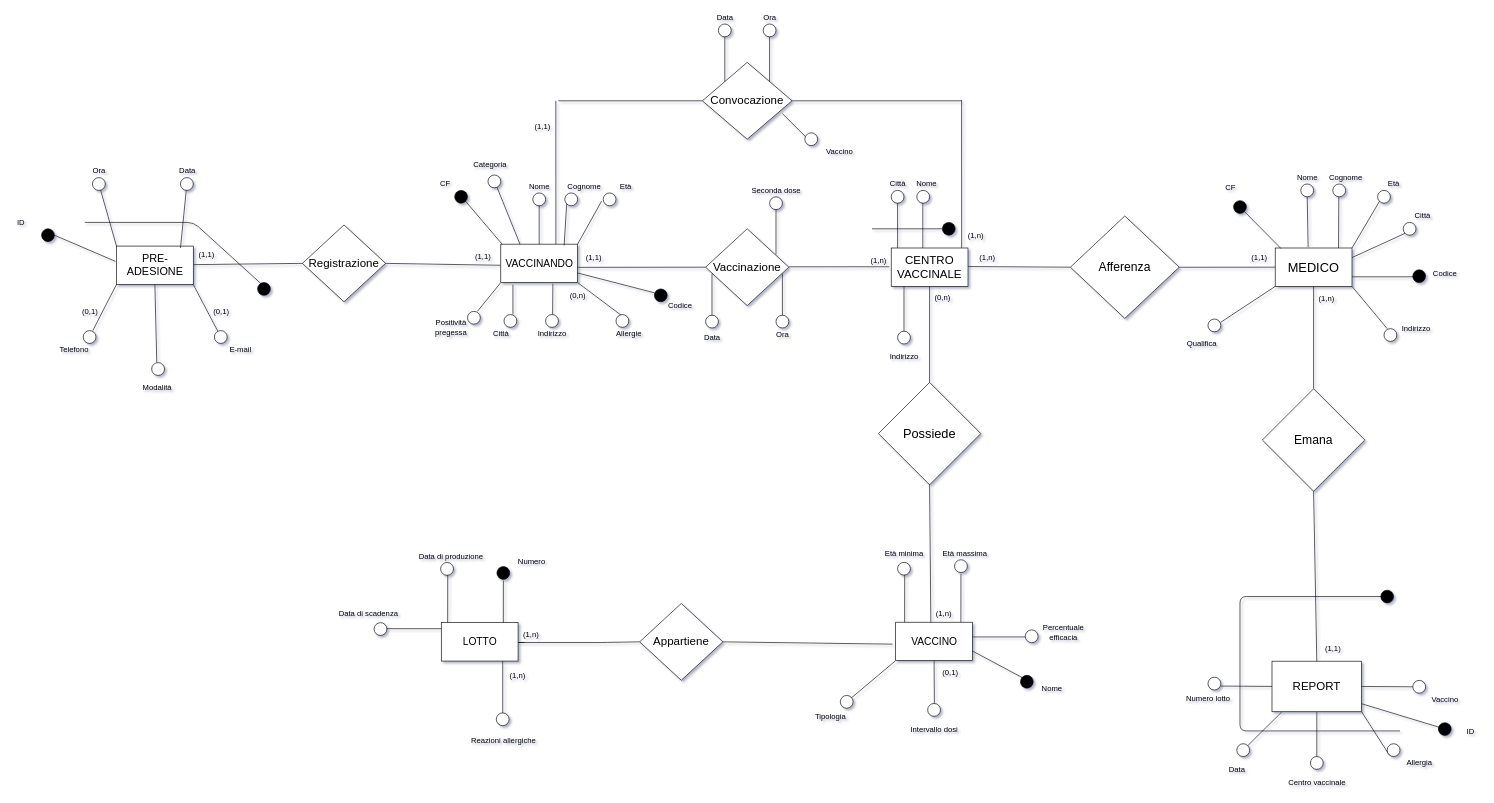
shaggyishere/VaccineDatabase keeps this draw.io diagram as bd/Schema E/ERsenzagen.drawio. Above is the earlier version. Source tidied: cells renumbered, new cells numbered last; positions are measured from the earlier drawing's top-left corner, leaving out a move shared by most shapes. Both pictures are drawn from the tidied source at 64%, with x=0, y=0 at pixel (11, 11).
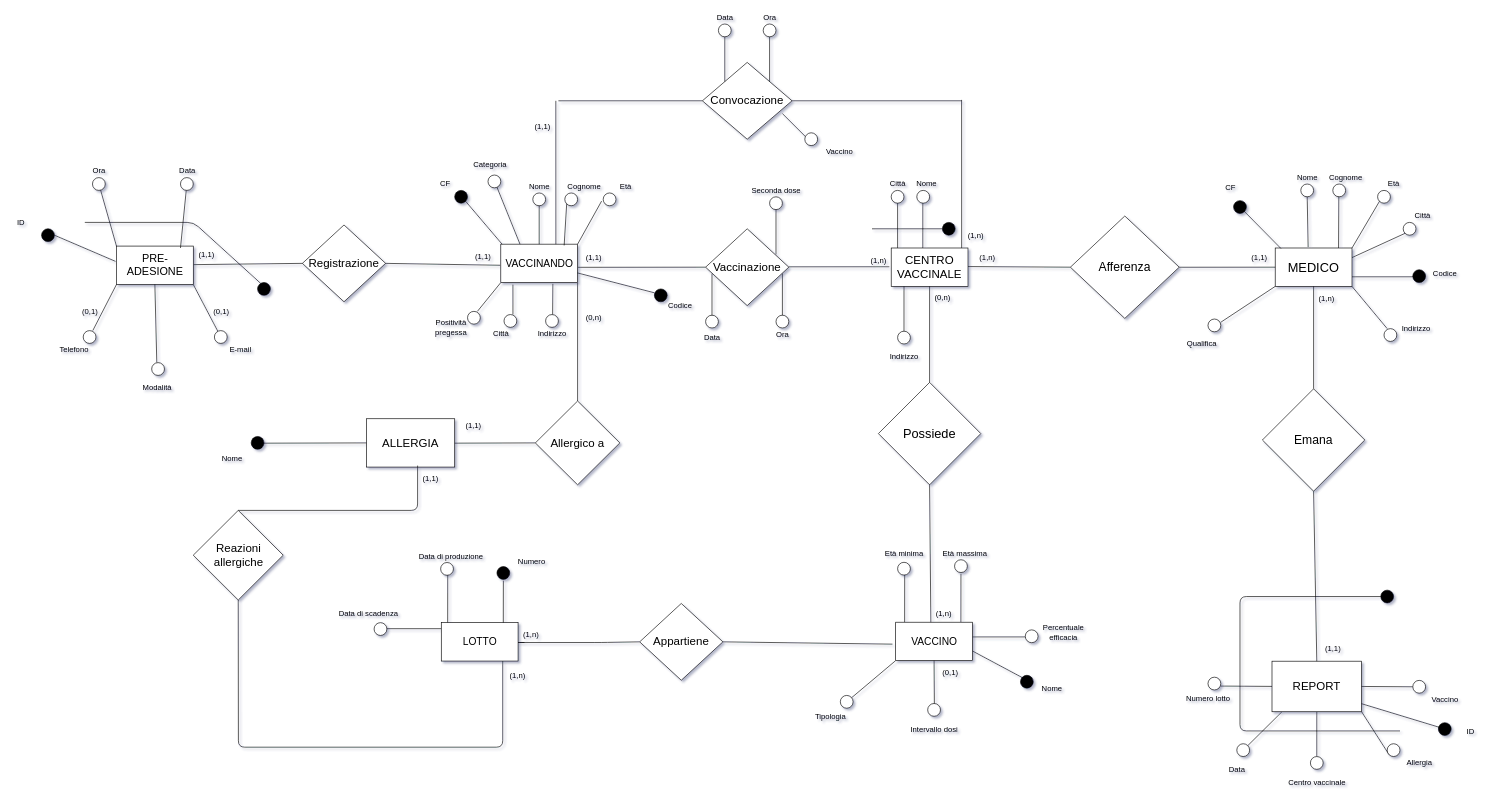
The same page after the edit.

Commit message:
Eliminato gli attributi multivalore (fusi nella nuova entità ALLERGIA)

Unchanged cells that the change refers to:
```xml
<mxCell id="112" style="rounded=0;whiteSpace=wrap;html=1;" parent="1" vertex="1">
  <mxGeometry x="765" y="364" width="120" height="60" as="geometry" />
</mxCell>
```

Change to the diagram source:
```diff
@@
-    <mxCell id="48" style="endArrow=none;html=1;" parent="1" edge="1">
+    <mxCell id="48" style="endArrow=none;html=1;entryX=0.5;entryY=1;entryDx=0;entryDy=0;" parent="1" edge="1" target="56">
       <mxGeometry relative="1" as="geometry">
         <mxPoint x="768" y="1015.4" as="sourcePoint" />
-        <mxPoint x="768" y="1098.4" as="targetPoint" />
+        <Array as="points">
+          <mxPoint x="768" y="1150" />
+          <mxPoint x="355" y="1150" />
+        </Array>
       </mxGeometry>
     </mxCell>
@@
-    <mxCell id="55" style="ellipse;whiteSpace=wrap;html=1;strokeWidth=1;" parent="1" vertex="1">
-      <mxGeometry x="758" y="1096.4" width="20" height="20" as="geometry" />
-    </mxCell>
-    <mxCell id="56" value="Reazioni allergiche " style="text;html=1;align=center;verticalAlign=middle;points=[];strokeColor=none;" parent="1" vertex="1">
-      <mxGeometry x="713" y="1131.4" width="111" height="18" as="geometry" />
-    </mxCell>
@@
-    <mxCell id="126" style="endArrow=none;html=1;exitX=1;exitY=1;exitDx=0;exitDy=0;entryX=1;entryY=0.5;entryDx=0;entryDy=0;" parent="1" edge="1" source="112" target="127">
+    <mxCell id="126" style="endArrow=none;html=1;exitX=1;exitY=1;exitDx=0;exitDy=0;entryX=0.5;entryY=0;entryDx=0;entryDy=0;" parent="1" edge="1" source="112" target="206">
       <mxGeometry relative="1" as="geometry" />
     </mxCell>
-    <mxCell id="127" style="ellipse;whiteSpace=wrap;html=1;strokeWidth=1;" parent="1" vertex="1">
-      <mxGeometry x="945" y="474" width="20" height="20" as="geometry" />
-    </mxCell>
-    <mxCell id="128" value="&lt;div&gt;Allergie&lt;/div&gt;" style="text;html=1;align=center;verticalAlign=middle;strokeColor=none;" parent="1" vertex="1">
-      <mxGeometry x="935" y="494" width="60" height="20" as="geometry" />
-    </mxCell>
     <mxCell id="129" value="(0,n)" style="text;html=1;align=center;verticalAlign=middle;strokeColor=none;" parent="1" vertex="1">
-      <mxGeometry x="865" y="434" width="40" height="20" as="geometry" />
+      <mxGeometry x="890" y="469" width="40" height="20" as="geometry" />
     </mxCell>
@@
+    <mxCell id="206" value="&lt;font style=&quot;font-size: 18px&quot;&gt;Allergico a&lt;/font&gt;" style="rhombus;whiteSpace=wrap;html=1;fillColor=#FFFFFF;" parent="1" vertex="1">
+      <mxGeometry x="819" y="609.1" width="132" height="130.9" as="geometry" />
+    </mxCell>
+    <mxCell id="207" style="endArrow=none;html=1;entryX=0;entryY=0.5;entryDx=0;entryDy=0;" parent="1" edge="1" target="206">
+      <mxGeometry relative="1" as="geometry">
+        <mxPoint x="685" y="675" as="sourcePoint" />
+      </mxGeometry>
+    </mxCell>
+    <mxCell id="208" value="&lt;font style=&quot;font-size: 18px&quot;&gt;ALLERGIA&lt;/font&gt;" style="rounded=0;whiteSpace=wrap;html=1;" parent="1" vertex="1">
+      <mxGeometry x="555" y="636.8" width="138" height="75.5" as="geometry" />
+    </mxCell>
+    <mxCell id="209" style="endArrow=none;html=1;entryX=0;entryY=0.5;entryDx=0;entryDy=0;" parent="1" edge="1" target="208">
+      <mxGeometry relative="1" as="geometry">
+        <mxPoint x="395" y="675" as="sourcePoint" />
+      </mxGeometry>
+    </mxCell>
+    <mxCell id="210" style="ellipse;whiteSpace=wrap;html=1;strokeWidth=1;fillColor=#000000;" parent="1" vertex="1">
+      <mxGeometry x="375" y="664.5" width="20" height="20" as="geometry" />
+    </mxCell>
+    <mxCell id="211" value="Nome" style="text;html=1;align=center;verticalAlign=middle;strokeColor=none;" parent="1" vertex="1">
+      <mxGeometry x="320" y="690" width="50" height="20" as="geometry" />
+    </mxCell>
+    <mxCell id="212" value="(1,1)" style="text;html=1;align=center;verticalAlign=middle;strokeColor=none;" parent="1" vertex="1">
+      <mxGeometry x="702" y="636.8" width="40" height="20" as="geometry" />
+    </mxCell>
+    <mxCell id="56" value="&lt;font style=&quot;font-size: 18px&quot;&gt;Reazioni allergiche&lt;/font&gt;" style="rhombus;whiteSpace=wrap;html=1;fillColor=#FFFFFF;" parent="1" vertex="1">
+      <mxGeometry x="284.5" y="780" width="140.5" height="140" as="geometry" />
+    </mxCell>
+    <mxCell id="213" style="endArrow=none;html=1;exitX=0.5;exitY=0;exitDx=0;exitDy=0;" parent="1" edge="1" source="56">
+      <mxGeometry relative="1" as="geometry">
+        <mxPoint x="635" y="710" as="targetPoint" />
+        <Array as="points">
+          <mxPoint x="635" y="780" />
+        </Array>
+      </mxGeometry>
+    </mxCell>
+    <mxCell id="214" value="(1,1)" style="text;html=1;align=center;verticalAlign=middle;strokeColor=none;" parent="1" vertex="1">
+      <mxGeometry x="635" y="720" width="40" height="20" as="geometry" />
+    </mxCell>
```
